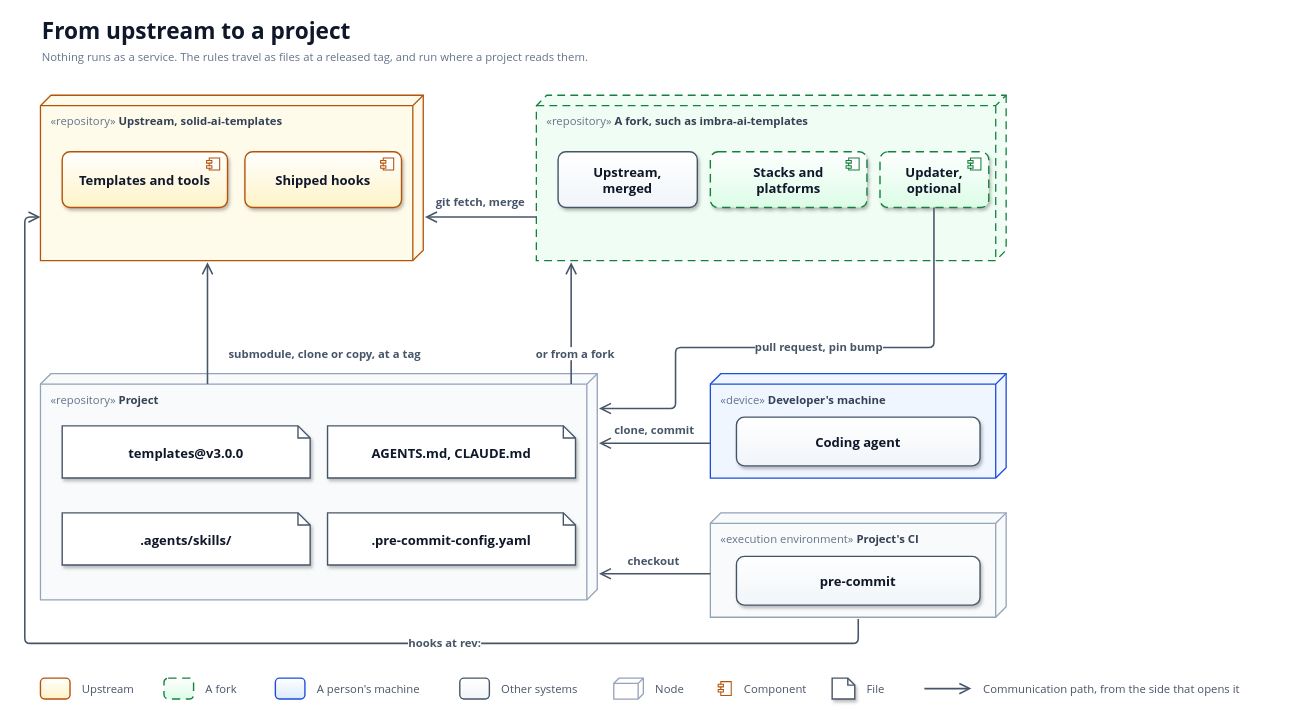
This is docs/diagrams/deployment-distribution.drawio from solid-ai-dev/solid-ai-templates, a draw.io file, before an edit. Source tidied: cells renumbered, new cells numbered last; positions are measured from the earlier drawing's top-left corner, leaving out a move shared by most shapes. Both pictures are drawn from the tidied source at 87%, with x=0, y=0 at pixel (24, 15).
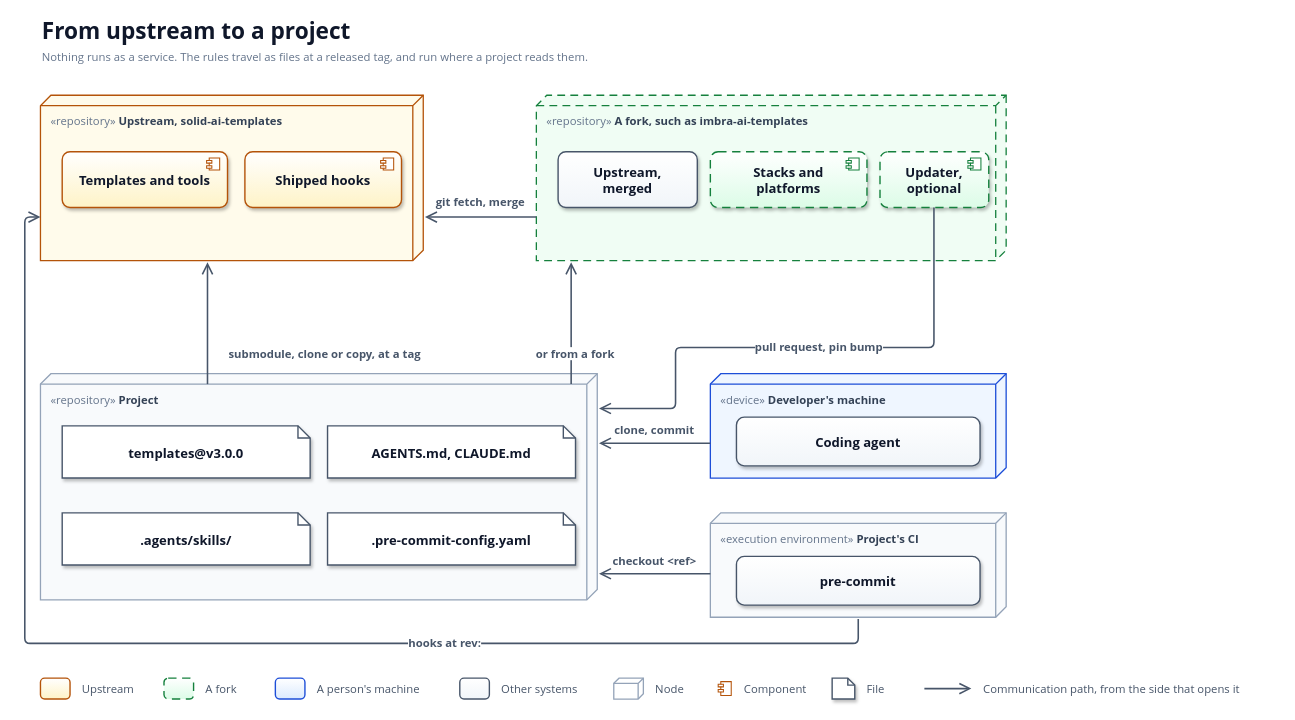
The same page after the edit.

Commit message (it also covers changes not shown here):
docs(architecture): label the CI path checkout <ref> in chapter 7's diagram (#2410)

Claude-Session: https://claude.ai/code/session_01DpT5xSVK2FLNdArtRtNjLH

What changed in the source:
```diff
@@
-    <mxCell id="35" value="checkout" style="text;html=1;whiteSpace=wrap;strokeColor=none;fillColor=none;align=left;verticalAlign=middle;fontFamily=Segoe UI;fontSize=13;fontStyle=1;fontColor=#475569;align=center;labelBackgroundColor=#FFFFFF;" parent="1" vertex="1">
-      <mxGeometry x="678" y="616" width="90" height="22" as="geometry" />
+    <mxCell id="35" value="checkout &amp;lt;ref&amp;gt;" style="text;html=1;whiteSpace=wrap;strokeColor=none;fillColor=none;align=left;verticalAlign=middle;fontFamily=Segoe UI;fontSize=13;fontStyle=1;fontColor=#475569;align=center;labelBackgroundColor=#FFFFFF;" parent="1" vertex="1">
+      <mxGeometry x="668" y="616" width="112" height="22" as="geometry" />
     </mxCell>
```
